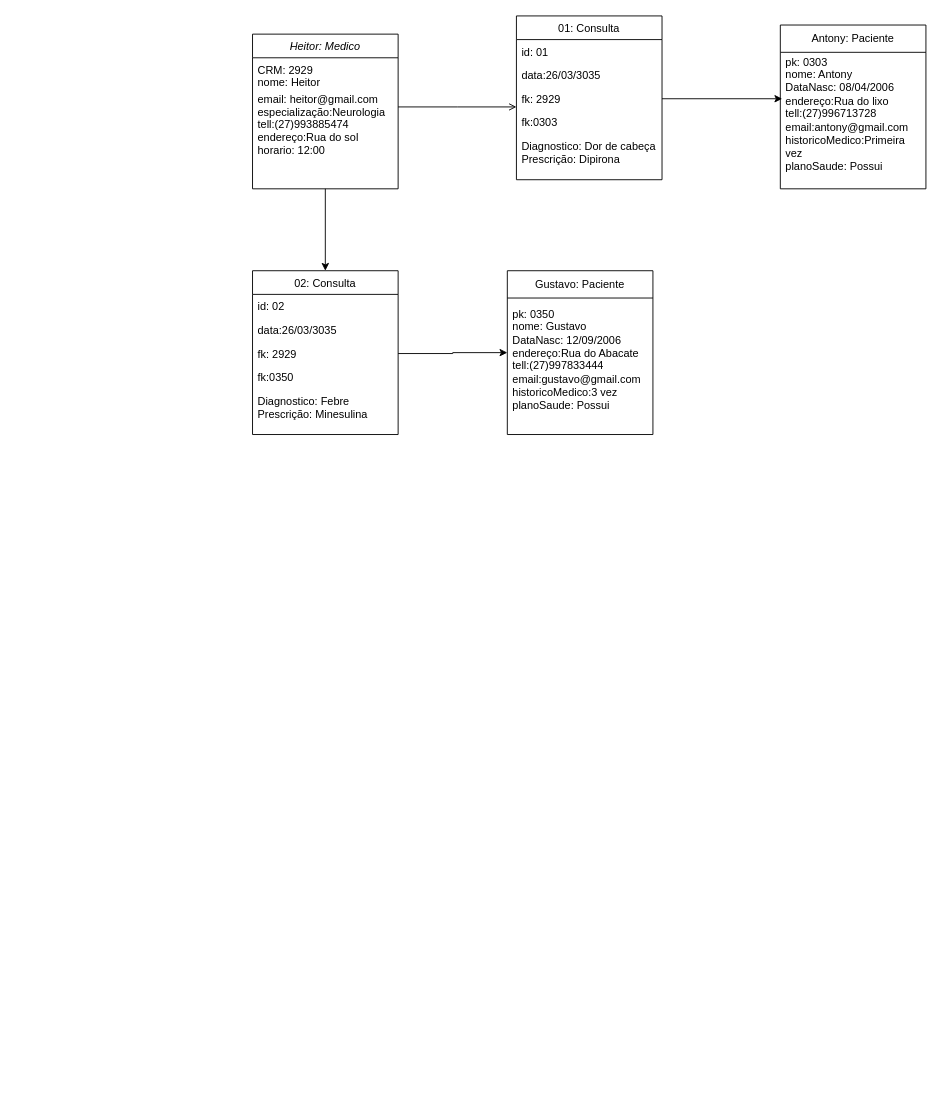
Above: Diagrama sem nome.drawio in heitorodrigue/trabalho1.py (draw.io), before the change. Source tidied: cells renumbered, new cells numbered last; positions are measured from the earlier drawing's top-left corner, leaving out a move shared by most shapes. Both pictures are drawn from the tidied source at 91%, with x=0, y=0 at pixel (252, 15).
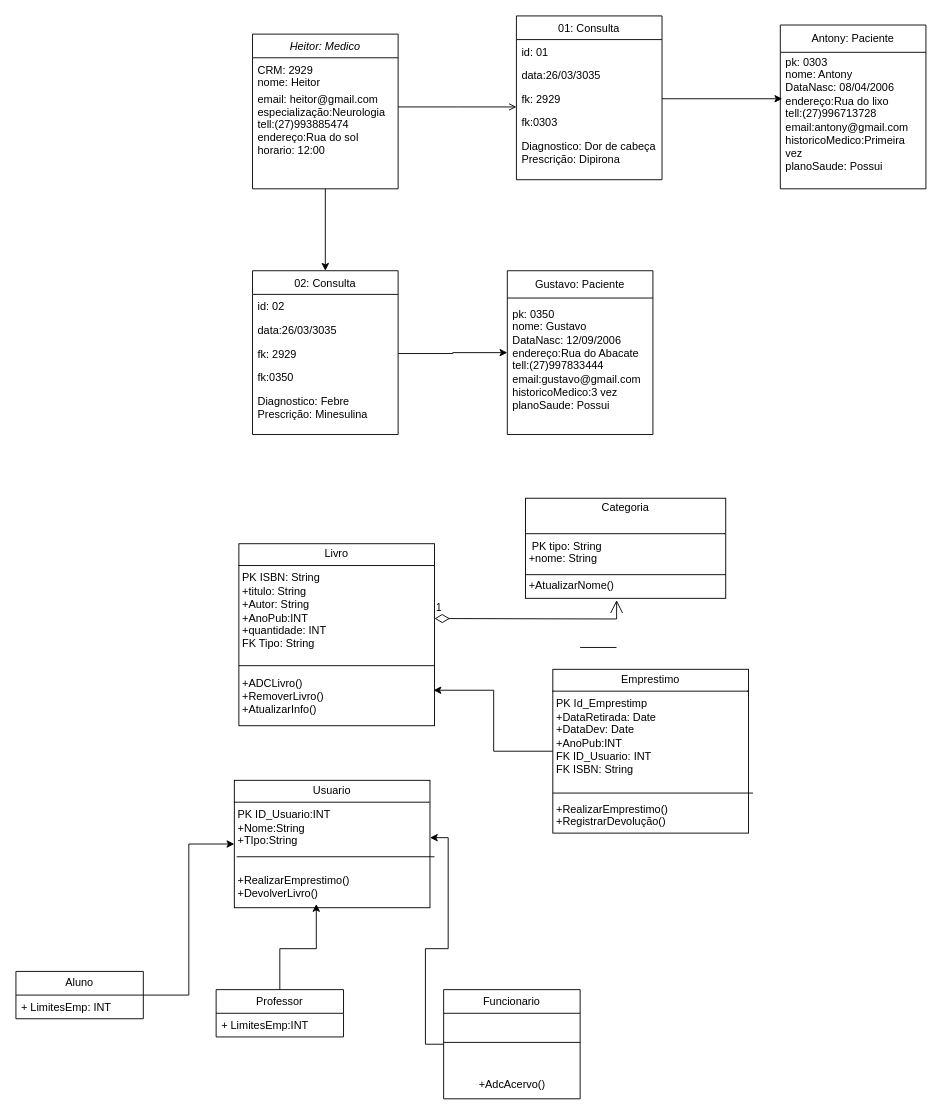
After the change.

Diff of the diagram source:
```diff
@@
+    <mxCell id="26" value="&lt;p style=&quot;margin:0px;margin-top:4px;text-align:center;&quot;&gt;Livro&lt;/p&gt;&lt;hr size=&quot;1&quot; style=&quot;border-style:solid;&quot;&gt;&lt;p style=&quot;margin:0px;margin-left:4px;&quot;&gt;PK ISBN: String&lt;/p&gt;&lt;p style=&quot;margin:0px;margin-left:4px;&quot;&gt;+titulo: String&lt;/p&gt;&lt;p style=&quot;margin:0px;margin-left:4px;&quot;&gt;+Autor: String&lt;/p&gt;&lt;p style=&quot;margin:0px;margin-left:4px;&quot;&gt;+AnoPub:INT&lt;/p&gt;&lt;p style=&quot;margin:0px;margin-left:4px;&quot;&gt;+quantidade: INT&lt;/p&gt;&lt;p style=&quot;margin:0px;margin-left:4px;&quot;&gt;FK Tipo: String&lt;/p&gt;&lt;p style=&quot;margin:0px;margin-left:4px;&quot;&gt;&lt;br&gt;&lt;/p&gt;&lt;p style=&quot;margin:0px;margin-left:4px;&quot;&gt;&lt;br&gt;&lt;/p&gt;&lt;p style=&quot;margin:0px;margin-left:4px;&quot;&gt;+ADCLivro()&lt;/p&gt;&lt;p style=&quot;margin:0px;margin-left:4px;&quot;&gt;+RemoverLivro()&lt;/p&gt;&lt;p style=&quot;margin:0px;margin-left:4px;&quot;&gt;+AtualizarInfo()&lt;/p&gt;" style="verticalAlign=top;align=left;overflow=fill;html=1;whiteSpace=wrap;" parent="1" vertex="1">
+      <mxGeometry x="-15" y="580" width="215" height="200" as="geometry" />
+    </mxCell>
+    <mxCell id="27" style="line;strokeWidth=1;fillColor=none;align=left;verticalAlign=middle;spacingTop=-1;spacingLeft=3;spacingRight=3;labelPosition=right;strokeColor=inherit;" parent="1" vertex="1">
+      <mxGeometry x="-15" y="710" width="215" height="8" as="geometry" />
+    </mxCell>
+    <mxCell id="28" style="edgeStyle=orthogonalEdgeStyle;rounded=0;orthogonalLoop=1;jettySize=auto;html=1;exitX=0.5;exitY=1;exitDx=0;exitDy=0;" parent="1" edge="1" source="26" target="26">
+      <mxGeometry relative="1" as="geometry" />
+    </mxCell>
+    <mxCell id="29" value="&lt;p style=&quot;margin:0px;margin-top:4px;text-align:center;&quot;&gt;Categoria&lt;/p&gt;&lt;br&gt;&lt;hr size=&quot;1&quot; style=&quot;border-style:solid;&quot;&gt;&lt;p style=&quot;margin:0px;margin-left:4px;&quot;&gt;&amp;nbsp;PK tipo: String&lt;/p&gt;&lt;p style=&quot;margin:0px;margin-left:4px;&quot;&gt;+nome: String&lt;/p&gt;&lt;p style=&quot;margin:0px;margin-left:4px;&quot;&gt;&lt;br&gt;&lt;/p&gt;&lt;p style=&quot;margin:0px;margin-left:4px;&quot;&gt;+AtualizarNome()&lt;/p&gt;" style="verticalAlign=top;align=left;overflow=fill;html=1;whiteSpace=wrap;" parent="1" vertex="1">
+      <mxGeometry x="300" y="530" width="220" height="110" as="geometry" />
+    </mxCell>
+    <mxCell id="30" style="line;strokeWidth=1;fillColor=none;align=left;verticalAlign=middle;spacingTop=-1;spacingLeft=3;spacingRight=3;labelPosition=right;strokeColor=inherit;" parent="1" vertex="1">
+      <mxGeometry x="300" y="610" width="220" height="8" as="geometry" />
+    </mxCell>
+    <mxCell id="31" value="1" style="endArrow=open;html=1;endSize=12;startArrow=diamondThin;startSize=14;startFill=0;edgeStyle=orthogonalEdgeStyle;align=left;verticalAlign=bottom;rounded=0;entryX=0.455;entryY=1.018;entryDx=0;entryDy=0;entryPerimeter=0;strokeWidth=1;" parent="1" edge="1" target="29">
+      <mxGeometry x="-1" y="3" relative="1" as="geometry">
+        <mxPoint x="200" y="662.2" as="sourcePoint" />
+      </mxGeometry>
+    </mxCell>
+    <mxCell id="32" value="&lt;p style=&quot;margin:0px;margin-top:4px;text-align:center;&quot;&gt;Emprestimo&lt;/p&gt;&lt;hr size=&quot;1&quot; style=&quot;border-style:solid;&quot;&gt;&lt;p style=&quot;margin:0px;margin-left:4px;&quot;&gt;PK Id_Emprestimp&lt;/p&gt;&lt;p style=&quot;margin:0px;margin-left:4px;&quot;&gt;+DataRetirada: Date&lt;/p&gt;&lt;p style=&quot;margin:0px;margin-left:4px;&quot;&gt;+DataDev: Date&lt;/p&gt;&lt;p style=&quot;margin:0px;margin-left:4px;&quot;&gt;+AnoPub:INT&lt;/p&gt;&lt;p style=&quot;margin:0px;margin-left:4px;&quot;&gt;FK ID_Usuario: INT&lt;/p&gt;&lt;p style=&quot;margin:0px;margin-left:4px;&quot;&gt;FK ISBN: String&lt;/p&gt;&lt;p style=&quot;margin:0px;margin-left:4px;&quot;&gt;&lt;br&gt;&lt;/p&gt;&lt;p style=&quot;margin:0px;margin-left:4px;&quot;&gt;&lt;br&gt;&lt;/p&gt;&lt;p style=&quot;margin:0px;margin-left:4px;&quot;&gt;+RealizarEmprestimo()&lt;/p&gt;&lt;p style=&quot;margin:0px;margin-left:4px;&quot;&gt;+RegistrarDevolução()&lt;/p&gt;" style="verticalAlign=top;align=left;overflow=fill;html=1;whiteSpace=wrap;" parent="1" vertex="1">
+      <mxGeometry x="330" y="718" width="215" height="180" as="geometry" />
+    </mxCell>
+    <mxCell id="33" style="line;strokeWidth=1;fillColor=none;align=left;verticalAlign=middle;spacingTop=-1;spacingLeft=3;spacingRight=3;labelPosition=right;strokeColor=inherit;" parent="1" vertex="1">
+      <mxGeometry x="360" y="690" width="40" height="8" as="geometry" />
+    </mxCell>
+    <mxCell id="34" style="line;strokeWidth=1;fillColor=none;align=left;verticalAlign=middle;spacingTop=-1;spacingLeft=3;spacingRight=3;labelPosition=right;strokeColor=inherit;" parent="1" vertex="1">
+      <mxGeometry x="330" y="850" width="220" height="8" as="geometry" />
+    </mxCell>
+    <mxCell id="35" style="edgeStyle=orthogonalEdgeStyle;rounded=0;jettySize=auto;html=1;entryX=0.995;entryY=0.805;entryDx=0;entryDy=0;entryPerimeter=0;" parent="1" edge="1" source="32" target="26">
+      <mxGeometry relative="1" as="geometry" />
+    </mxCell>
+    <mxCell id="36" value="&lt;p style=&quot;margin:0px;margin-top:4px;text-align:center;&quot;&gt;Usuario&lt;/p&gt;&lt;hr size=&quot;1&quot; style=&quot;border-style:solid;&quot;&gt;&lt;p style=&quot;margin:0px;margin-left:4px;&quot;&gt;PK ID_Usuario:INT&lt;/p&gt;&lt;p style=&quot;margin:0px;margin-left:4px;&quot;&gt;+Nome:String&lt;/p&gt;&lt;p style=&quot;margin:0px;margin-left:4px;&quot;&gt;+TIpo:String&lt;/p&gt;&lt;p style=&quot;margin:0px;margin-left:4px;&quot;&gt;&lt;br&gt;&lt;/p&gt;&lt;p style=&quot;margin:0px;margin-left:4px;&quot;&gt;&lt;br&gt;&lt;/p&gt;&lt;p style=&quot;margin:0px;margin-left:4px;&quot;&gt;+RealizarEmprestimo()&lt;/p&gt;&lt;p style=&quot;margin:0px;margin-left:4px;&quot;&gt;+DevolverLivro()&lt;/p&gt;" style="verticalAlign=top;align=left;overflow=fill;html=1;whiteSpace=wrap;" parent="1" vertex="1">
+      <mxGeometry x="-20" y="840" width="215" height="140" as="geometry" />
+    </mxCell>
+    <mxCell id="37" style="line;strokeWidth=1;fillColor=none;align=left;verticalAlign=middle;spacingTop=-1;spacingLeft=3;spacingRight=3;labelPosition=right;strokeColor=inherit;" parent="1" vertex="1">
+      <mxGeometry x="-17.5" y="920" width="217.5" height="8" as="geometry" />
+    </mxCell>
+    <mxCell id="38" value="Professor" style="swimlane;fontStyle=0;horizontal=1;startSize=26;fillColor=none;whiteSpace=wrap;html=1;" parent="1" vertex="1">
+      <mxGeometry x="-40" y="1070" width="140" height="52" as="geometry" />
+    </mxCell>
+    <mxCell id="39" value="+ LimitesEmp:INT" style="text;strokeColor=none;fillColor=none;align=left;verticalAlign=top;spacingLeft=4;spacingRight=4;overflow=hidden;whiteSpace=wrap;html=1;" parent="38" vertex="1">
+      <mxGeometry y="26" width="140" height="26" as="geometry" />
+    </mxCell>
+    <mxCell id="40" style="edgeStyle=orthogonalEdgeStyle;rounded=0;jettySize=auto;html=1;entryX=0;entryY=0.5;entryDx=0;entryDy=0;" parent="1" edge="1" source="41" target="36">
+      <mxGeometry relative="1" as="geometry" />
+    </mxCell>
+    <mxCell id="41" value="Aluno" style="swimlane;fontStyle=0;horizontal=1;startSize=26;fillColor=none;whiteSpace=wrap;html=1;" parent="1" vertex="1">
+      <mxGeometry x="-260" y="1050" width="140" height="52" as="geometry" />
+    </mxCell>
+    <mxCell id="42" value="+ LimitesEmp: INT" style="text;strokeColor=none;fillColor=none;align=left;verticalAlign=top;spacingLeft=4;spacingRight=4;overflow=hidden;whiteSpace=wrap;html=1;" parent="41" vertex="1">
+      <mxGeometry y="26" width="140" height="26" as="geometry" />
+    </mxCell>
+    <mxCell id="43" value="Funcionario" style="swimlane;fontStyle=0;horizontal=1;startSize=26;fillColor=none;whiteSpace=wrap;html=1;" parent="1" vertex="1">
+      <mxGeometry x="210" y="1070" width="150" height="120" as="geometry" />
+    </mxCell>
+    <mxCell id="44" style="line;strokeWidth=1;fillColor=none;align=left;verticalAlign=middle;spacingTop=-1;spacingLeft=3;spacingRight=3;labelPosition=right;strokeColor=inherit;" parent="43" vertex="1">
+      <mxGeometry y="26" width="150" height="64" as="geometry" />
+    </mxCell>
+    <mxCell id="45" value="+AdcAcervo()" style="text;html=1;align=center;verticalAlign=middle;strokeColor=none;fillColor=none;" parent="43" vertex="1">
+      <mxGeometry y="90" width="150" height="30" as="geometry" />
+    </mxCell>
+    <mxCell id="46" style="edgeStyle=orthogonalEdgeStyle;rounded=0;jettySize=auto;html=1;entryX=0.419;entryY=0.971;entryDx=0;entryDy=0;entryPerimeter=0;" parent="1" edge="1" source="38" target="36">
+      <mxGeometry relative="1" as="geometry" />
+    </mxCell>
+    <mxCell id="47" style="edgeStyle=orthogonalEdgeStyle;rounded=0;jettySize=auto;html=1;entryX=1;entryY=0.45;entryDx=0;entryDy=0;entryPerimeter=0;" parent="1" edge="1" source="43" target="36">
+      <mxGeometry relative="1" as="geometry" />
+    </mxCell>
```
